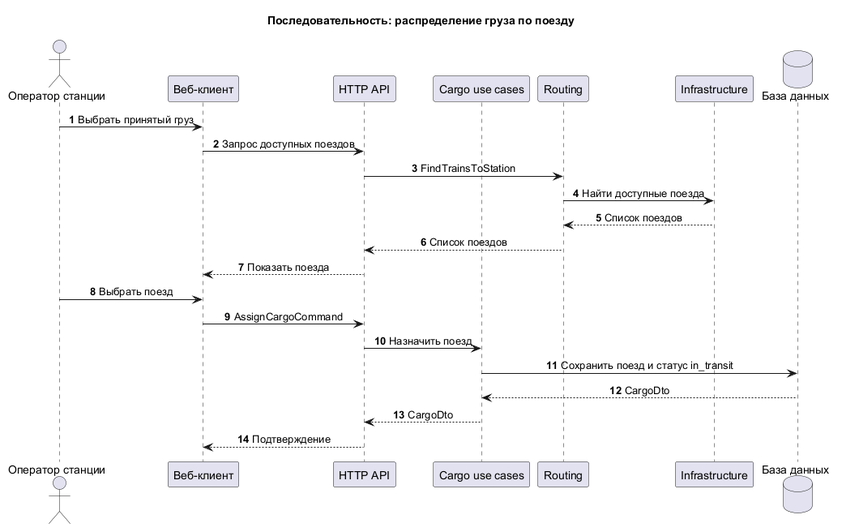
Above: uml/sequence-diagram/Распределение_груза.png in Gu4rDe/railway (PlantUML), before the change. The source it was exported from:
```plantuml
@startuml
!pragma layout smetana
title Последовательность: распределение груза по поезду
skinparam shadowing false
skinparam sequenceMessageAlign center
skinparam responseMessageBelowArrow true
autonumber

actor "Оператор станции" as Operator
participant "Веб-клиент" as Client
participant "HTTP API" as API
participant "Cargo use cases" as Cargo
participant "Routing" as Routing
participant "Infrastructure" as Infrastructure
database "База данных" as DB

Operator -> Client : Выбрать принятый груз
Client -> API : Запрос доступных поездов
API -> Routing : FindTrainsToStation
Routing -> Infrastructure : Найти доступные поезда
Infrastructure --> Routing : Список поездов
Routing --> API : Список поездов
API --> Client : Показать поезда
Operator -> Client : Выбрать поезд
Client -> API : AssignCargoCommand
API -> Cargo : Назначить поезд
Cargo -> DB : Сохранить поезд и статус in_transit
DB --> Cargo : CargoDto
Cargo --> API : CargoDto
API --> Client : Подтверждение
@enduml
```
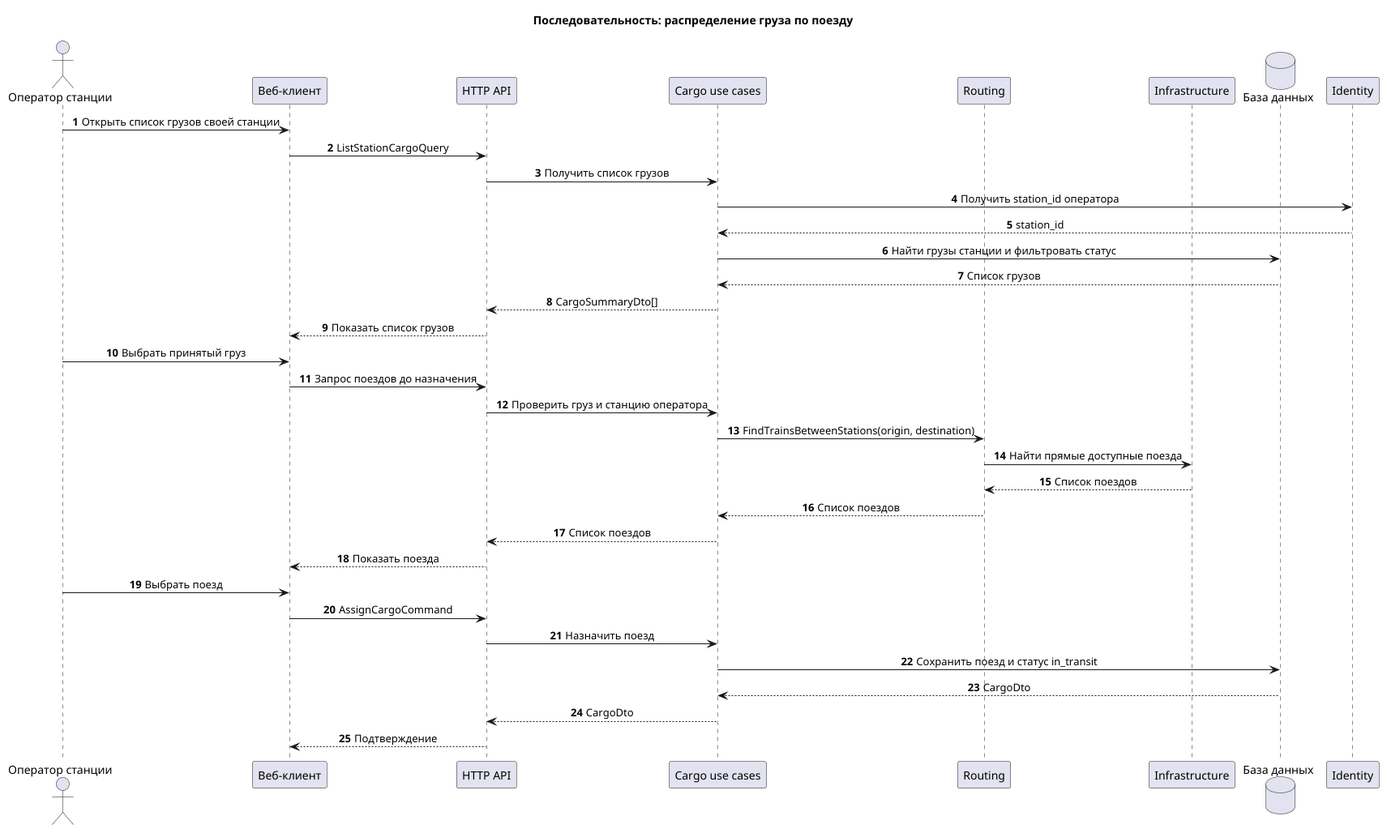
Above is the later version.

Diff of the diagram source:
```diff
@@ -14,12 +14,23 @@
 participant "Infrastructure" as Infrastructure
 database "База данных" as DB
 
+Operator -> Client : Открыть список грузов своей станции
+Client -> API : ListStationCargoQuery
+API -> Cargo : Получить список грузов
+Cargo -> Identity : Получить station_id оператора
+Identity --> Cargo : station_id
+Cargo -> DB : Найти грузы станции и фильтровать статус
+DB --> Cargo : Список грузов
+Cargo --> API : CargoSummaryDto[]
+API --> Client : Показать список грузов
 Operator -> Client : Выбрать принятый груз
-Client -> API : Запрос доступных поездов
-API -> Routing : FindTrainsToStation
-Routing -> Infrastructure : Найти доступные поезда
+Client -> API : Запрос поездов до назначения
+API -> Cargo : Проверить груз и станцию оператора
+Cargo -> Routing : FindTrainsBetweenStations(origin, destination)
+Routing -> Infrastructure : Найти прямые доступные поезда
 Infrastructure --> Routing : Список поездов
-Routing --> API : Список поездов
+Routing --> Cargo : Список поездов
+Cargo --> API : Список поездов
 API --> Client : Показать поезда
 Operator -> Client : Выбрать поезд
 Client -> API : AssignCargoCommand
```
